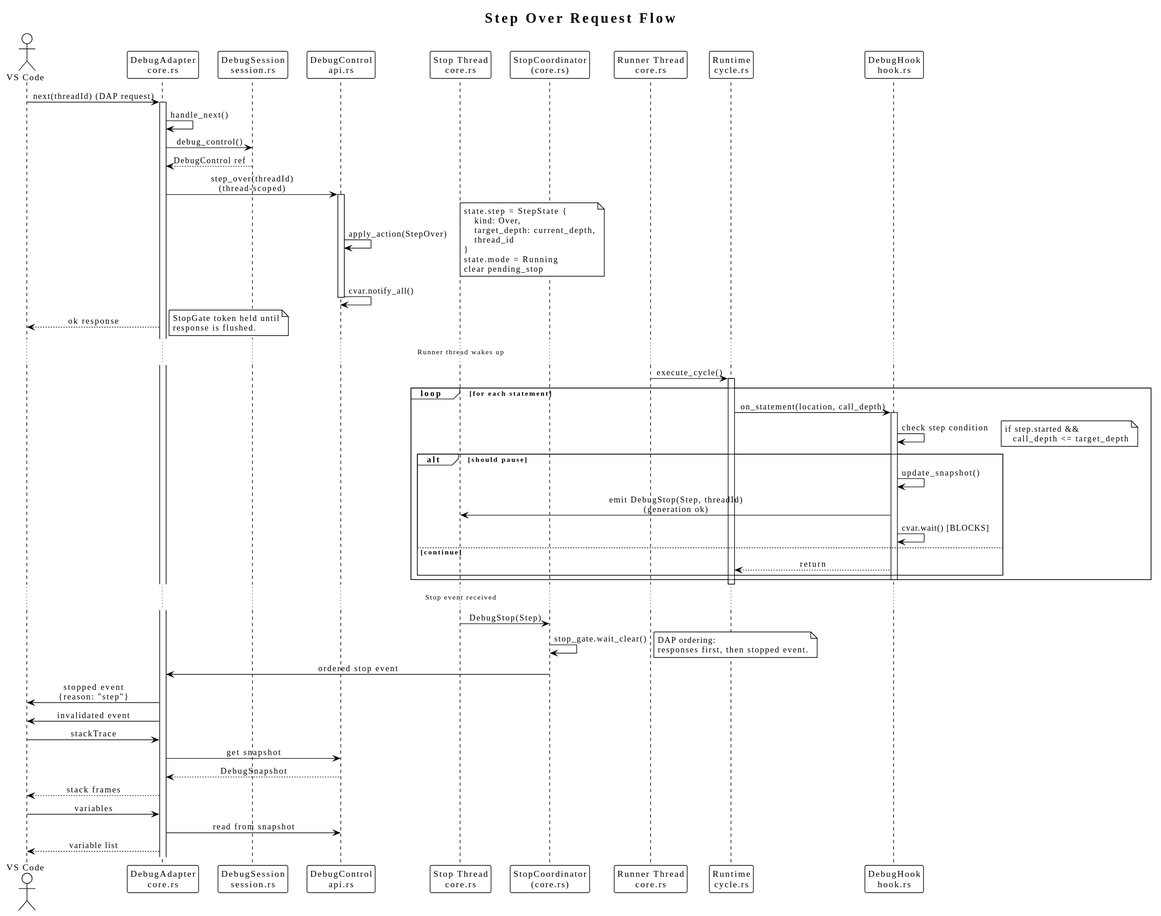
The PlantUML diagram docs/diagrams/generated/step-over-sequence.svg in johannesPettersson80/trust-platform, before a commit.
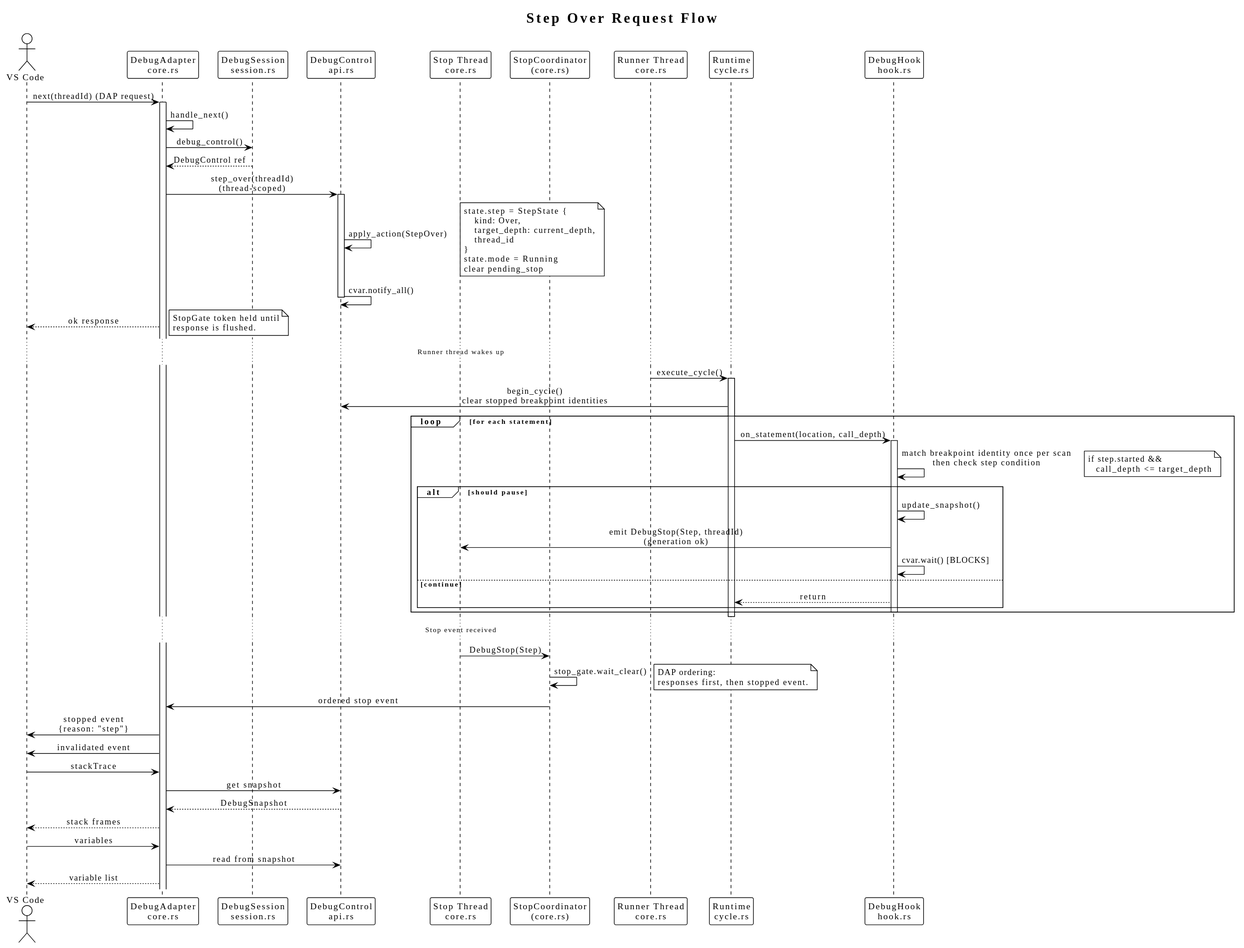
Later version of the same file.

What changed in the source:
```diff
@@ -46,12 +46,13 @@
 
 runner -> runtime : execute_cycle()
 activate runtime
+runtime -> control : begin_cycle()\nclear stopped breakpoint identities
 
 loop for each statement
     runtime -> hook : on_statement(location, call_depth)
     activate hook
 
-    hook -> hook : check step condition
+    hook -> hook : match breakpoint identity once per scan\nthen check step condition
     note right
         if step.started &&
            call_depth <= target_depth
```
